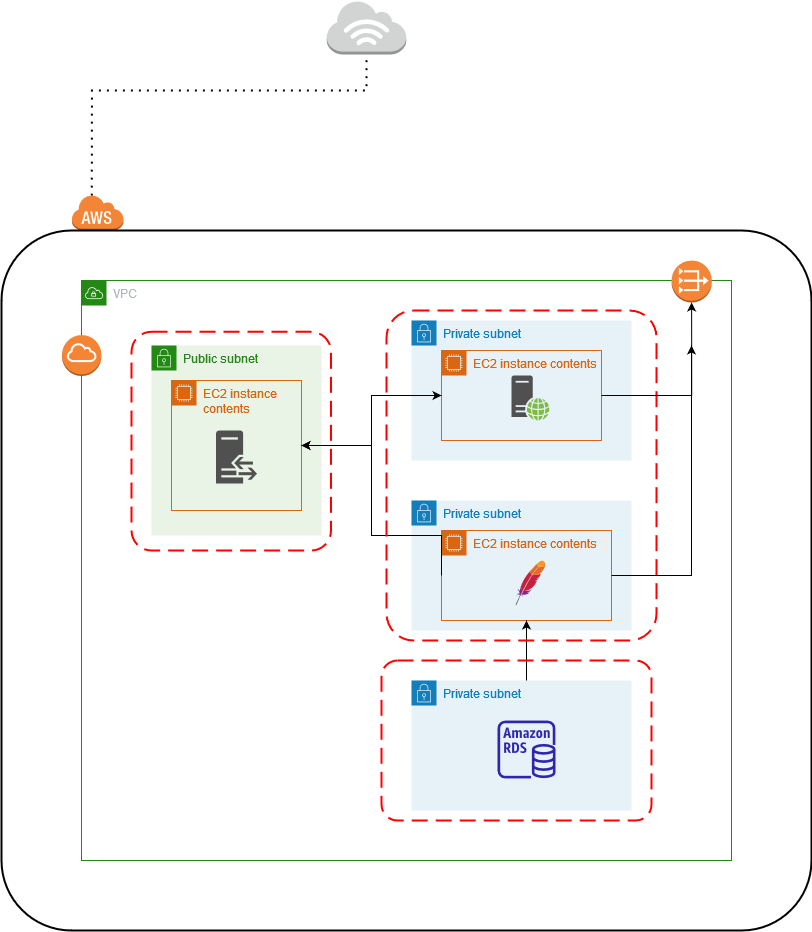
This is project 4.png from jkpraja/infra-on-aws, a draw.io export, as it was before one commit. Source tidied: cells renumbered, new cells last; positions are measured from the earlier drawing's top-left corner, leaving out a move shared by most shapes.
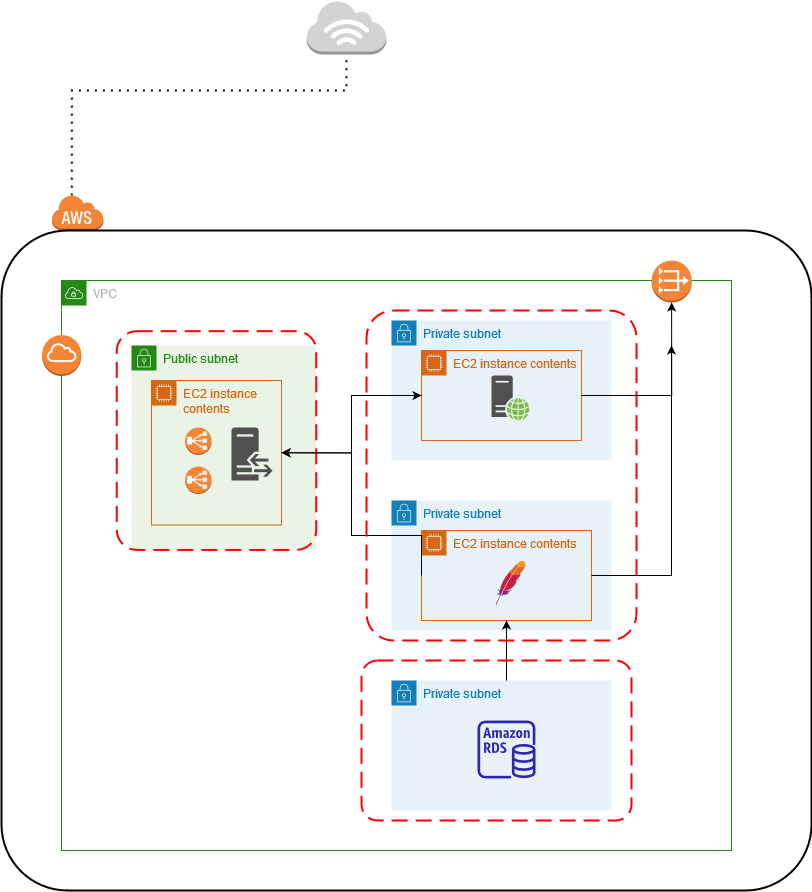
Above is the later version.

Commit message:
Add ELB to Architecture

What changed in the source:
```diff
@@ -3,17 +3,26 @@
     <mxCell id="0" />
     <mxCell id="1" parent="0" />
     <mxCell id="2" value="VPC" style="gradientColor=none;html=1;whiteSpace=wrap;fontSize=12;fontStyle=0;shape=mxgraph.aws4.group;grIcon=mxgraph.aws4.group_vpc;strokeColor=#248814;fillColor=none;verticalAlign=top;align=left;spacingLeft=30;fontColor=#AAB7B8;dashed=0;" parent="1" vertex="1">
-      <mxGeometry x="80" y="280" width="650" height="580" as="geometry" />
+      <mxGeometry x="80" y="280" width="670" height="570" as="geometry" />
     </mxCell>
     <mxCell id="3" value="Public subnet" style="gradientColor=none;html=1;whiteSpace=wrap;fontSize=12;fontStyle=0;shape=mxgraph.aws4.group;grIcon=mxgraph.aws4.group_security_group;grStroke=0;strokeColor=#248814;fillColor=#E9F3E6;verticalAlign=top;align=left;spacingLeft=30;fontColor=#248814;dashed=0;" parent="2" vertex="1">
-      <mxGeometry x="70" y="65" width="170" height="190" as="geometry" />
+      <mxGeometry x="70" y="65" width="184.8" height="204.4" as="geometry" />
     </mxCell>
     <mxCell id="4" value="EC2 instance contents" style="points=[[0,0],[0.25,0],[0.5,0],[0.75,0],[1,0],[1,0.25],[1,0.5],[1,0.75],[1,1],[0.75,1],[0.5,1],[0.25,1],[0,1],[0,0.75],[0,0.5],[0,0.25]];outlineConnect=0;gradientColor=none;html=1;whiteSpace=wrap;fontSize=12;fontStyle=0;shape=mxgraph.aws4.group;grIcon=mxgraph.aws4.group_ec2_instance_contents;strokeColor=#D86613;fillColor=none;verticalAlign=top;align=left;spacingLeft=30;fontColor=#D86613;dashed=0;" parent="3" vertex="1">
-      <mxGeometry x="20" y="35" width="130" height="130" as="geometry" />
+      <mxGeometry x="20" y="35" width="130" height="144.5" as="geometry" />
     </mxCell>
     <mxCell id="5" style="sketch=0;shadow=0;dashed=0;html=1;strokeColor=none;fillColor=#505050;labelPosition=center;verticalLabelPosition=bottom;verticalAlign=top;align=center;shape=mxgraph.office.servers.reverse_proxy;" parent="4" vertex="1">
-      <mxGeometry x="44.5" y="50" width="41" height="53" as="geometry" />
+      <mxGeometry x="80" y="47" width="41" height="53" as="geometry" />
     </mxCell>
+    <mxCell id="28" style="dashed=0;verticalLabelPosition=bottom;verticalAlign=top;align=center;html=1;shape=mxgraph.aws3.classic_load_balancer;fillColor=#F58536;gradientColor=none;" parent="4" vertex="1">
+      <mxGeometry x="33.6" y="86" width="26.4" height="27.5" as="geometry" />
+    </mxCell>
+    <mxCell id="29" style="dashed=0;verticalLabelPosition=bottom;verticalAlign=top;align=center;html=1;shape=mxgraph.aws3.classic_load_balancer;fillColor=#F58536;gradientColor=none;" parent="4" vertex="1">
+      <mxGeometry x="33.6" y="47" width="26.4" height="27.5" as="geometry" />
+    </mxCell>
+    <mxCell id="16" style="rounded=1;arcSize=10;dashed=1;strokeColor=#ff0000;fillColor=none;gradientColor=none;dashPattern=8 4;strokeWidth=2;" parent="3" vertex="1">
+      <mxGeometry x="-14.8" y="-14.4" width="199.5" height="218.8" as="geometry" />
+    </mxCell>
     <mxCell id="6" value="Private subnet" style="gradientColor=none;html=1;whiteSpace=wrap;fontSize=12;fontStyle=0;shape=mxgraph.aws4.group;grIcon=mxgraph.aws4.group_security_group;grStroke=0;strokeColor=#147EBA;fillColor=#E6F2F8;verticalAlign=top;align=left;spacingLeft=30;fontColor=#147EBA;dashed=0;" parent="2" vertex="1">
       <mxGeometry x="330" y="40" width="220" height="140" as="geometry" />
     </mxCell>
@@ -38,8 +47,9 @@
     <mxCell id="13" style="edgeStyle=orthogonalEdgeStyle;rounded=0;jettySize=auto;html=1;exitX=0;exitY=0.5;exitDx=0;exitDy=0;entryX=1;entryY=0.5;entryDx=0;entryDy=0;" parent="2" edge="1" source="10" target="4">
       <mxGeometry relative="1" as="geometry">
         <Array as="points">
+          <mxPoint x="360" y="255" />
           <mxPoint x="290" y="255" />
-          <mxPoint x="290" y="165" />
+          <mxPoint x="290" y="172" />
         </Array>
       </mxGeometry>
     </mxCell>
@@ -49,9 +59,6 @@
     <mxCell id="15" style="rounded=1;arcSize=10;dashed=1;strokeColor=#ff0000;fillColor=none;gradientColor=none;dashPattern=8 4;strokeWidth=2;" parent="2" vertex="1">
       <mxGeometry x="300" y="380" width="270" height="160" as="geometry" />
     </mxCell>
-    <mxCell id="16" style="rounded=1;arcSize=10;dashed=1;strokeColor=#ff0000;fillColor=none;gradientColor=none;dashPattern=8 4;strokeWidth=2;" parent="2" vertex="1">
-      <mxGeometry x="50" y="51.2" width="199.5" height="218.8" as="geometry" />
-    </mxCell>
     <mxCell id="17" value="Private subnet" style="gradientColor=none;html=1;whiteSpace=wrap;fontSize=12;fontStyle=0;shape=mxgraph.aws4.group;grIcon=mxgraph.aws4.group_security_group;grStroke=0;strokeColor=#147EBA;fillColor=#E6F2F8;verticalAlign=top;align=left;spacingLeft=30;fontColor=#147EBA;dashed=0;" parent="2" vertex="1">
       <mxGeometry x="330" y="400" width="220" height="130" as="geometry" />
     </mxCell>
@@ -84,16 +91,16 @@
     <mxCell id="25" style="edgeStyle=orthogonalEdgeStyle;rounded=0;jettySize=auto;html=1;exitX=1;exitY=0.5;exitDx=0;exitDy=0;entryX=0.5;entryY=1;entryDx=0;entryDy=0;entryPerimeter=0;" parent="1" edge="1" source="7" target="24">
       <mxGeometry relative="1" as="geometry" />
     </mxCell>
+    <mxCell id="27" style="edgeStyle=orthogonalEdgeStyle;rounded=0;jettySize=auto;html=1;" parent="1" edge="1" source="10">
+      <mxGeometry relative="1" as="geometry">
+        <mxPoint x="690" y="345" as="targetPoint" />
+        <Array as="points">
+          <mxPoint x="690" y="575" />
+        </Array>
+      </mxGeometry>
+    </mxCell>
     <mxCell id="26" style="rounded=1;arcSize=10;dashed=0;fillColor=none;gradientColor=none;strokeWidth=2;" parent="1" vertex="1">
-      <mxGeometry y="230" width="810" height="700" as="geometry" />
+      <mxGeometry x="20" y="230" width="810" height="660" as="geometry" />
     </mxCell>
-    <mxCell id="27" style="edgeStyle=orthogonalEdgeStyle;rounded=0;jettySize=auto;html=1;" parent="1" edge="1" source="10">
-      <mxGeometry relative="1" as="geometry">
-        <mxPoint x="690" y="345" as="targetPoint" />
-        <Array as="points">
-          <mxPoint x="690" y="575" />
-        </Array>
-      </mxGeometry>
-    </mxCell>
   </root>
 </mxGraphModel>
```
